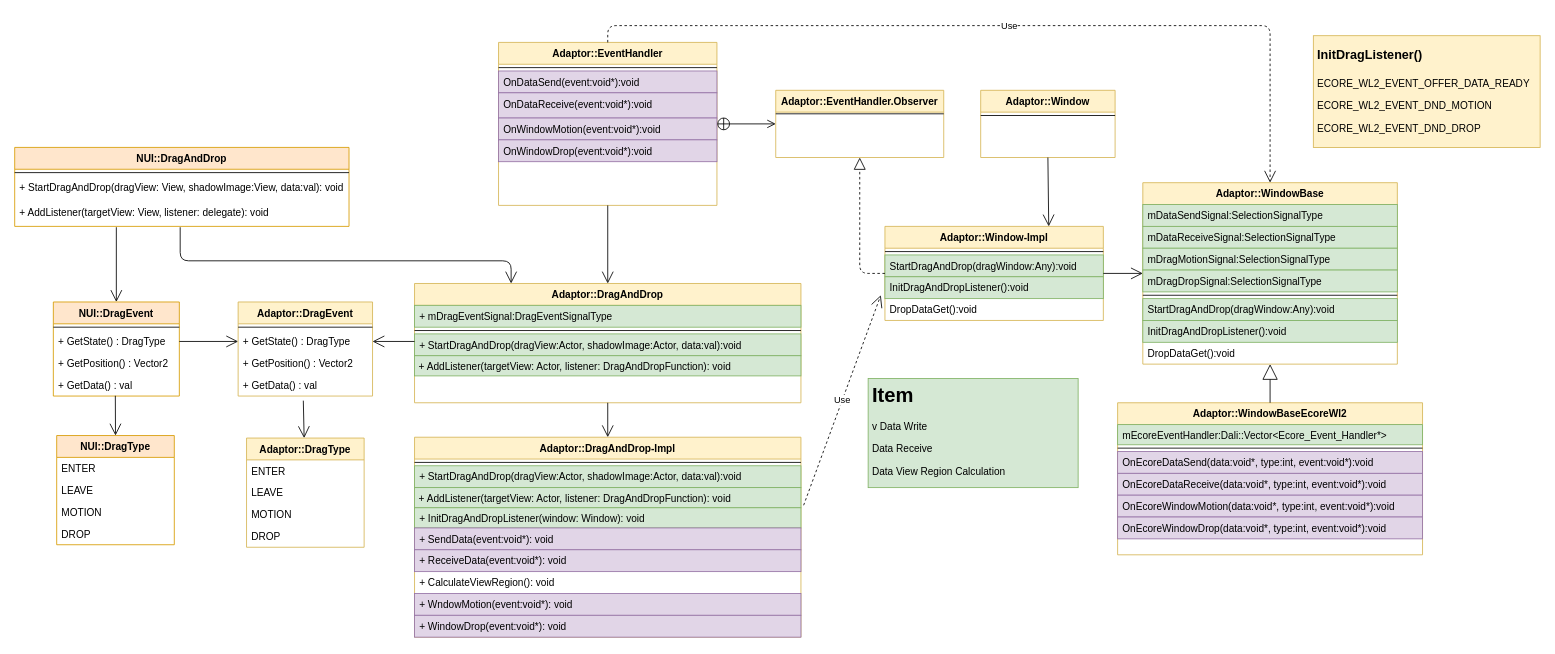
taehyub/drawio keeps this draw.io diagram as page "Page-4" (4 of 10) of Untitled Diagram.drawio. Above is the earlier version. Source tidied: cells renumbered, new cells numbered last; positions are measured from the earlier drawing's top-left corner, leaving out a move shared by most shapes. Both pictures are drawn from the tidied source at 84%, with x=0, y=0 at pixel (14, 25).
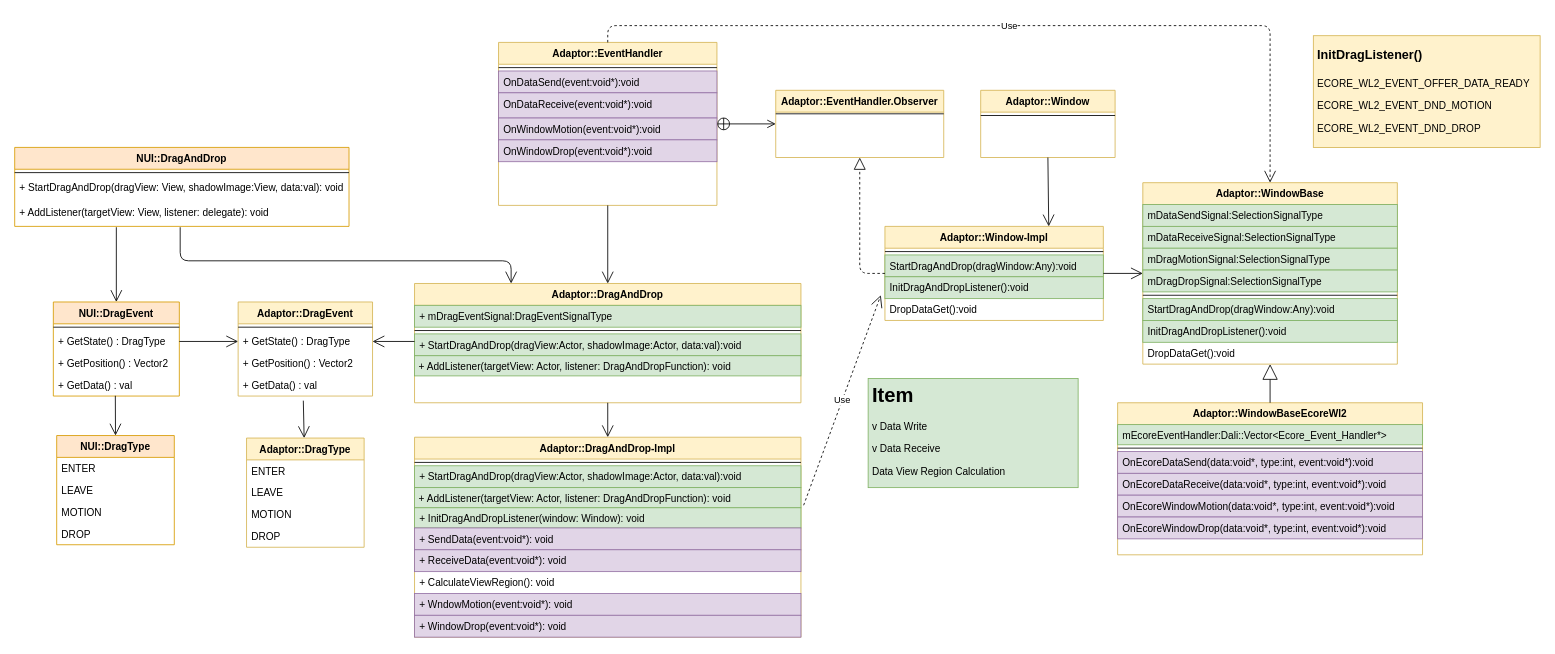
Above is the later version.

Diff of the diagram source:
```diff
@@
-    <mxCell id="88" value="&lt;h1&gt;Item&lt;br&gt;&lt;/h1&gt;&lt;p&gt;v Data Write&lt;/p&gt;&lt;p&gt;Data Receive&lt;/p&gt;&lt;p&gt;Data View Region Calculation&lt;br&gt;&lt;/p&gt;" style="text;html=1;strokeColor=#82b366;fillColor=#d5e8d4;spacing=5;spacingTop=-20;whiteSpace=wrap;overflow=hidden;rounded=0;" parent="1" vertex="1">
+    <mxCell id="88" value="&lt;h1&gt;Item&lt;br&gt;&lt;/h1&gt;&lt;p&gt;v Data Write&lt;/p&gt;&lt;p&gt;v Data Receive&lt;/p&gt;&lt;p&gt;Data View Region Calculation&lt;br&gt;&lt;/p&gt;" style="text;html=1;strokeColor=#82b366;fillColor=#d5e8d4;spacing=5;spacingTop=-20;whiteSpace=wrap;overflow=hidden;rounded=0;" parent="1" vertex="1">
       <mxGeometry x="1016" y="420" width="250" height="130" as="geometry" />
     </mxCell>
```
